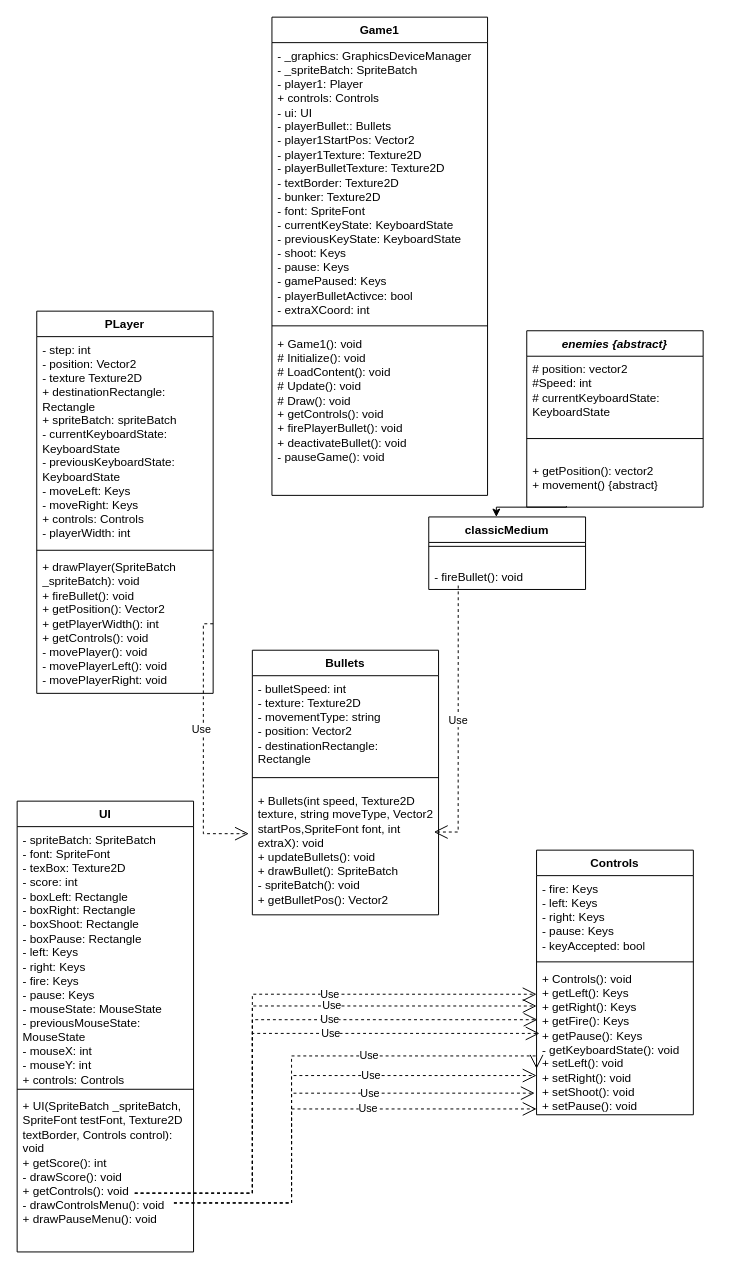
Above: draw.io diagrams/classDiagrams.drawio in Ferogreywolf7/Alien-Attack (draw.io), before the change. Source tidied: cells renumbered, new cells numbered last; positions are measured from the earlier drawing's top-left corner, leaving out a move shared by most shapes. Both pictures are drawn from the tidied source at 98%, with x=0, y=0 at pixel (17, 17).
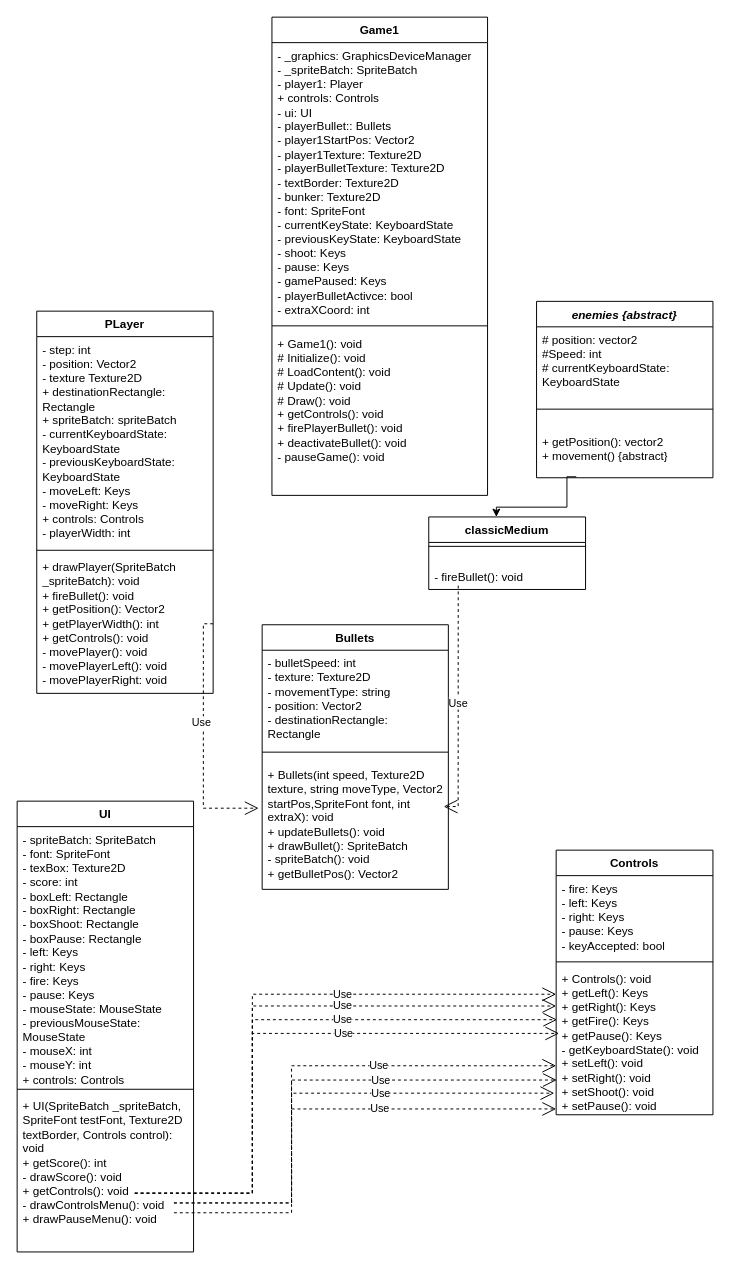
Above is the later version.

Commit message:
Reorganised some arrows

Unchanged cells that the change refers to:
```xml
<mxCell id="30" value="&lt;div&gt;+ Controls(): void&lt;/div&gt;&lt;div&gt;+ getLeft(): Keys&lt;/div&gt;&lt;div&gt;+ getRight(): Keys&lt;/div&gt;&lt;div&gt;+ getFire(): Keys&lt;/div&gt;&lt;div&gt;+ getPause(): Keys&lt;/div&gt;&lt;div&gt;- getKeyboardState(): void&lt;/div&gt;&lt;div&gt;+ setLeft(): void&lt;/div&gt;&lt;div&gt;+ setRight(): void&lt;/div&gt;&lt;div&gt;+ setShoot(): void&lt;/div&gt;&lt;div&gt;+ setPause(): void&lt;br&gt;&lt;/div&gt;" style="text;strokeColor=none;fillColor=none;align=left;verticalAlign=top;spacingLeft=4;spacingRight=4;overflow=hidden;points=[[0,0.5],[1,0.5]];portConstraint=eastwest;whiteSpace=wrap;html=1;" parent="27" vertex="1">
  <mxGeometry y="118" width="160" height="152" as="geometry" />
</mxCell>
```

The edit, as a diff of the source:
```diff
@@
     <mxCell id="6" value="&lt;i&gt;enemies {abstract}&lt;/i&gt;" style="swimlane;fontStyle=1;align=center;verticalAlign=top;horizontal=1;startSize=26;whiteSpace=wrap;html=1;" parent="1" vertex="1">
-      <mxGeometry x="520" y="320" width="180" height="180" as="geometry" />
+      <mxGeometry x="530" y="290" width="180" height="180" as="geometry" />
     </mxCell>
@@
     <mxCell id="21" value="Bullets" style="swimlane;fontStyle=1;align=center;verticalAlign=top;horizontal=1;startSize=26;whiteSpace=wrap;html=1;" parent="1" vertex="1">
-      <mxGeometry x="240" y="646" width="190" height="270" as="geometry" />
+      <mxGeometry x="250" y="620" width="190" height="270" as="geometry" />
     </mxCell>
@@
     <mxCell id="27" value="Controls" style="swimlane;fontStyle=1;align=center;verticalAlign=top;horizontal=1;startSize=26;whiteSpace=wrap;html=1;" parent="1" vertex="1">
-      <mxGeometry x="530" y="850" width="160" height="270" as="geometry" />
+      <mxGeometry x="550" y="850" width="160" height="270" as="geometry" />
     </mxCell>
@@
-    <mxCell id="32" value="Use" style="endArrow=open;endSize=12;dashed=1;html=1;rounded=0;entryX=0;entryY=0.691;entryDx=0;entryDy=0;entryPerimeter=0;edgeStyle=orthogonalEdgeStyle;" parent="1" edge="1" target="30">
-      <mxGeometry x="0.31" relative="1" as="geometry">
-        <mxPoint x="160" y="1210" as="sourcePoint" />
+    <mxCell id="32" value="Use" style="endArrow=open;endSize=12;dashed=1;html=1;rounded=0;edgeStyle=orthogonalEdgeStyle;" parent="1" edge="1">
+      <mxGeometry x="0.33" relative="1" as="geometry">
+        <mxPoint x="160" y="1220" as="sourcePoint" />
+        <mxPoint x="550" y="1070" as="targetPoint" />
         <Array as="points">
-          <mxPoint x="280" y="1210" />
-          <mxPoint x="280" y="1060" />
-          <mxPoint x="530" y="1060" />
+          <mxPoint x="280" y="1220" />
+          <mxPoint x="280" y="1070" />
         </Array>
       </mxGeometry>
     </mxCell>
     <mxCell id="33" value="Use" style="endArrow=open;endSize=12;dashed=1;html=1;rounded=0;entryX=-0.012;entryY=0.855;entryDx=0;entryDy=0;entryPerimeter=0;edgeStyle=orthogonalEdgeStyle;" parent="1" edge="1" target="30">
-      <mxGeometry x="0.3" relative="1" as="geometry">
+      <mxGeometry x="0.29" relative="1" as="geometry">
         <mxPoint x="160" y="1210" as="sourcePoint" />
         <Array as="points">
           <mxPoint x="280" y="1210" />
           <mxPoint x="280" y="1098" />
         </Array>
       </mxGeometry>
     </mxCell>
@@
-    <mxCell id="35" value="Use" style="endArrow=open;endSize=12;dashed=1;html=1;rounded=0;edgeStyle=orthogonalEdgeStyle;" parent="1" edge="1">
-      <mxGeometry x="0.11" relative="1" as="geometry">
+    <mxCell id="35" value="Use" style="endArrow=open;endSize=12;dashed=1;html=1;rounded=0;edgeStyle=orthogonalEdgeStyle;entryX=0.004;entryY=0.767;entryDx=0;entryDy=0;entryPerimeter=0;" parent="1" edge="1" target="30">
+      <mxGeometry x="0.09" relative="1" as="geometry">
         <mxPoint x="280" y="1210" as="sourcePoint" />
-        <mxPoint x="530" y="1080" as="targetPoint" />
         <Array as="points">
-          <mxPoint x="280" y="1080" />
+          <mxPoint x="280" y="1085" />
+          <mxPoint x="551" y="1085" />
         </Array>
       </mxGeometry>
     </mxCell>
```
